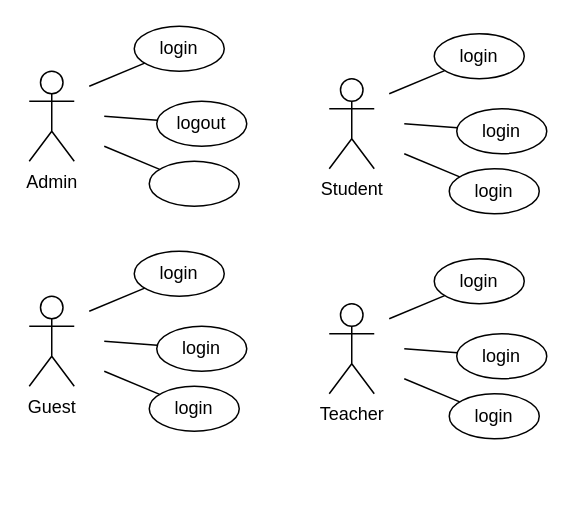
This is Untitled Diagram.drawio from JackSuuu/SEPP-coursework, a draw.io file, before an edit. Source tidied: cells renumbered, new cells numbered last; positions are measured from the earlier drawing's top-left corner, leaving out a move shared by most shapes. Both pictures are drawn from the tidied source at 150%, with x=0, y=0 at pixel (28, 26).
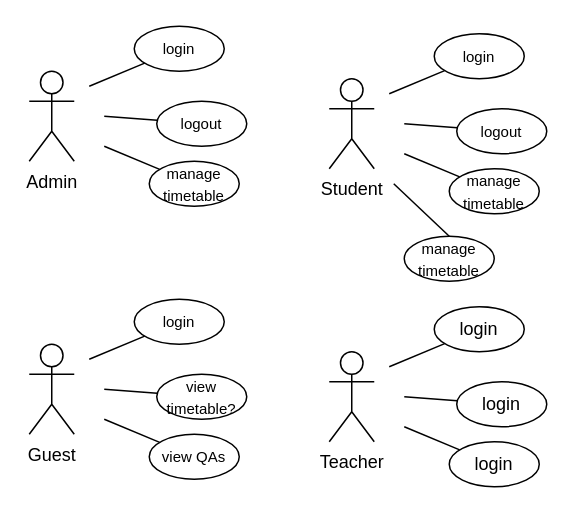
The same diagram, later.

Diff of the diagram source:
```diff
@@
-    <mxCell id="4" value="login" style="ellipse;whiteSpace=wrap;html=1;" parent="1" vertex="1">
+    <mxCell id="4" value="&lt;font style=&quot;font-size: 10px;&quot;&gt;login&lt;/font&gt;" style="ellipse;whiteSpace=wrap;html=1;" parent="1" vertex="1">
       <mxGeometry x="70" width="60" height="30" as="geometry" />
     </mxCell>
@@
-    <mxCell id="6" value="logout" style="ellipse;whiteSpace=wrap;html=1;" parent="1" vertex="1">
+    <mxCell id="6" value="&lt;font style=&quot;font-size: 10px;&quot;&gt;logout&lt;/font&gt;" style="ellipse;whiteSpace=wrap;html=1;" parent="1" vertex="1">
       <mxGeometry x="85" y="50" width="60" height="30" as="geometry" />
     </mxCell>
@@
-    <mxCell id="8" style="ellipse;whiteSpace=wrap;html=1;" parent="1" vertex="1">
+    <mxCell id="8" value="&lt;span style=&quot;font-size: 10px;&quot;&gt;manage timetable&lt;/span&gt;" style="ellipse;whiteSpace=wrap;html=1;" parent="1" vertex="1">
       <mxGeometry x="80" y="90" width="60" height="30" as="geometry" />
     </mxCell>
@@
-    <mxCell id="11" value="login" style="ellipse;whiteSpace=wrap;html=1;" parent="1" vertex="1">
+    <mxCell id="11" value="&lt;font style=&quot;font-size: 10px;&quot;&gt;login&lt;/font&gt;" style="ellipse;whiteSpace=wrap;html=1;" parent="1" vertex="1">
       <mxGeometry x="270" y="5" width="60" height="30" as="geometry" />
     </mxCell>
@@
-    <mxCell id="13" value="login" style="ellipse;whiteSpace=wrap;html=1;" parent="1" vertex="1">
+    <mxCell id="13" value="&lt;font style=&quot;font-size: 10px;&quot;&gt;logout&lt;/font&gt;" style="ellipse;whiteSpace=wrap;html=1;" parent="1" vertex="1">
       <mxGeometry x="285" y="55" width="60" height="30" as="geometry" />
     </mxCell>
@@
-    <mxCell id="15" value="login" style="ellipse;whiteSpace=wrap;html=1;" parent="1" vertex="1">
+    <mxCell id="15" value="&lt;font style=&quot;font-size: 10px;&quot;&gt;manage timetable&lt;/font&gt;" style="ellipse;whiteSpace=wrap;html=1;" parent="1" vertex="1">
       <mxGeometry x="280" y="95" width="60" height="30" as="geometry" />
     </mxCell>
     <mxCell id="16" value="Guest" style="shape=umlActor;verticalLabelPosition=bottom;verticalAlign=top;html=1;" parent="1" vertex="1">
-      <mxGeometry y="180" width="30" height="60" as="geometry" />
+      <mxGeometry y="212" width="30" height="60" as="geometry" />
     </mxCell>
     <mxCell id="17" style="endArrow=none;html=1;rounded=0;" parent="1" edge="1" target="18">
       <mxGeometry relative="1" as="geometry">
-        <mxPoint x="40" y="190" as="sourcePoint" />
+        <mxPoint x="40" y="222" as="sourcePoint" />
       </mxGeometry>
     </mxCell>
-    <mxCell id="18" value="login" style="ellipse;whiteSpace=wrap;html=1;" parent="1" vertex="1">
-      <mxGeometry x="70" y="150" width="60" height="30" as="geometry" />
+    <mxCell id="18" value="&lt;font style=&quot;font-size: 10px;&quot;&gt;login&lt;/font&gt;" style="ellipse;whiteSpace=wrap;html=1;" parent="1" vertex="1">
+      <mxGeometry x="70" y="182" width="60" height="30" as="geometry" />
     </mxCell>
     <mxCell id="19" style="endArrow=none;html=1;rounded=0;" parent="1" edge="1" target="20">
       <mxGeometry relative="1" as="geometry">
-        <mxPoint x="50" y="210" as="sourcePoint" />
+        <mxPoint x="50" y="242" as="sourcePoint" />
       </mxGeometry>
     </mxCell>
-    <mxCell id="20" value="login" style="ellipse;whiteSpace=wrap;html=1;" parent="1" vertex="1">
-      <mxGeometry x="85" y="200" width="60" height="30" as="geometry" />
+    <mxCell id="20" value="&lt;font style=&quot;font-size: 10px;&quot;&gt;view timetable?&lt;/font&gt;" style="ellipse;whiteSpace=wrap;html=1;" parent="1" vertex="1">
+      <mxGeometry x="85" y="232" width="60" height="30" as="geometry" />
     </mxCell>
     <mxCell id="21" style="endArrow=none;html=1;rounded=0;" parent="1" edge="1" target="22">
       <mxGeometry relative="1" as="geometry">
-        <mxPoint x="50" y="230" as="sourcePoint" />
+        <mxPoint x="50" y="262" as="sourcePoint" />
       </mxGeometry>
     </mxCell>
-    <mxCell id="22" value="login" style="ellipse;whiteSpace=wrap;html=1;" parent="1" vertex="1">
-      <mxGeometry x="80" y="240" width="60" height="30" as="geometry" />
+    <mxCell id="22" value="&lt;font style=&quot;font-size: 10px;&quot;&gt;view QAs&lt;/font&gt;" style="ellipse;whiteSpace=wrap;html=1;" parent="1" vertex="1">
+      <mxGeometry x="80" y="272" width="60" height="30" as="geometry" />
     </mxCell>
     <mxCell id="23" value="Teacher" style="shape=umlActor;verticalLabelPosition=bottom;verticalAlign=top;html=1;" parent="1" vertex="1">
-      <mxGeometry x="200" y="185" width="30" height="60" as="geometry" />
+      <mxGeometry x="200" y="217" width="30" height="60" as="geometry" />
     </mxCell>
     <mxCell id="24" style="endArrow=none;html=1;rounded=0;" parent="1" edge="1" target="25">
       <mxGeometry relative="1" as="geometry">
-        <mxPoint x="240" y="195" as="sourcePoint" />
+        <mxPoint x="240" y="227" as="sourcePoint" />
       </mxGeometry>
     </mxCell>
     <mxCell id="25" value="login" style="ellipse;whiteSpace=wrap;html=1;" parent="1" vertex="1">
-      <mxGeometry x="270" y="155" width="60" height="30" as="geometry" />
+      <mxGeometry x="270" y="187" width="60" height="30" as="geometry" />
     </mxCell>
     <mxCell id="26" style="endArrow=none;html=1;rounded=0;" parent="1" edge="1" target="27">
       <mxGeometry relative="1" as="geometry">
-        <mxPoint x="250" y="215" as="sourcePoint" />
+        <mxPoint x="250" y="247" as="sourcePoint" />
       </mxGeometry>
     </mxCell>
     <mxCell id="27" value="login" style="ellipse;whiteSpace=wrap;html=1;" parent="1" vertex="1">
-      <mxGeometry x="285" y="205" width="60" height="30" as="geometry" />
+      <mxGeometry x="285" y="237" width="60" height="30" as="geometry" />
     </mxCell>
     <mxCell id="28" style="endArrow=none;html=1;rounded=0;" parent="1" edge="1" target="29">
       <mxGeometry relative="1" as="geometry">
-        <mxPoint x="250" y="235" as="sourcePoint" />
+        <mxPoint x="250" y="267" as="sourcePoint" />
       </mxGeometry>
     </mxCell>
     <mxCell id="29" value="login" style="ellipse;whiteSpace=wrap;html=1;" parent="1" vertex="1">
-      <mxGeometry x="280" y="245" width="60" height="30" as="geometry" />
+      <mxGeometry x="280" y="277" width="60" height="30" as="geometry" />
     </mxCell>
+    <mxCell id="30" value="&lt;font style=&quot;font-size: 10px;&quot;&gt;manage timetable&lt;/font&gt;" style="ellipse;whiteSpace=wrap;html=1;" parent="1" vertex="1">
+      <mxGeometry x="250" y="140" width="60" height="30" as="geometry" />
+    </mxCell>
+    <mxCell id="31" style="endArrow=none;html=1;rounded=0;entryX=0.5;entryY=0;entryDx=0;entryDy=0;" parent="1" edge="1" target="30">
+      <mxGeometry relative="1" as="geometry">
+        <mxPoint x="243" y="105" as="sourcePoint" />
+      </mxGeometry>
+    </mxCell>
```
